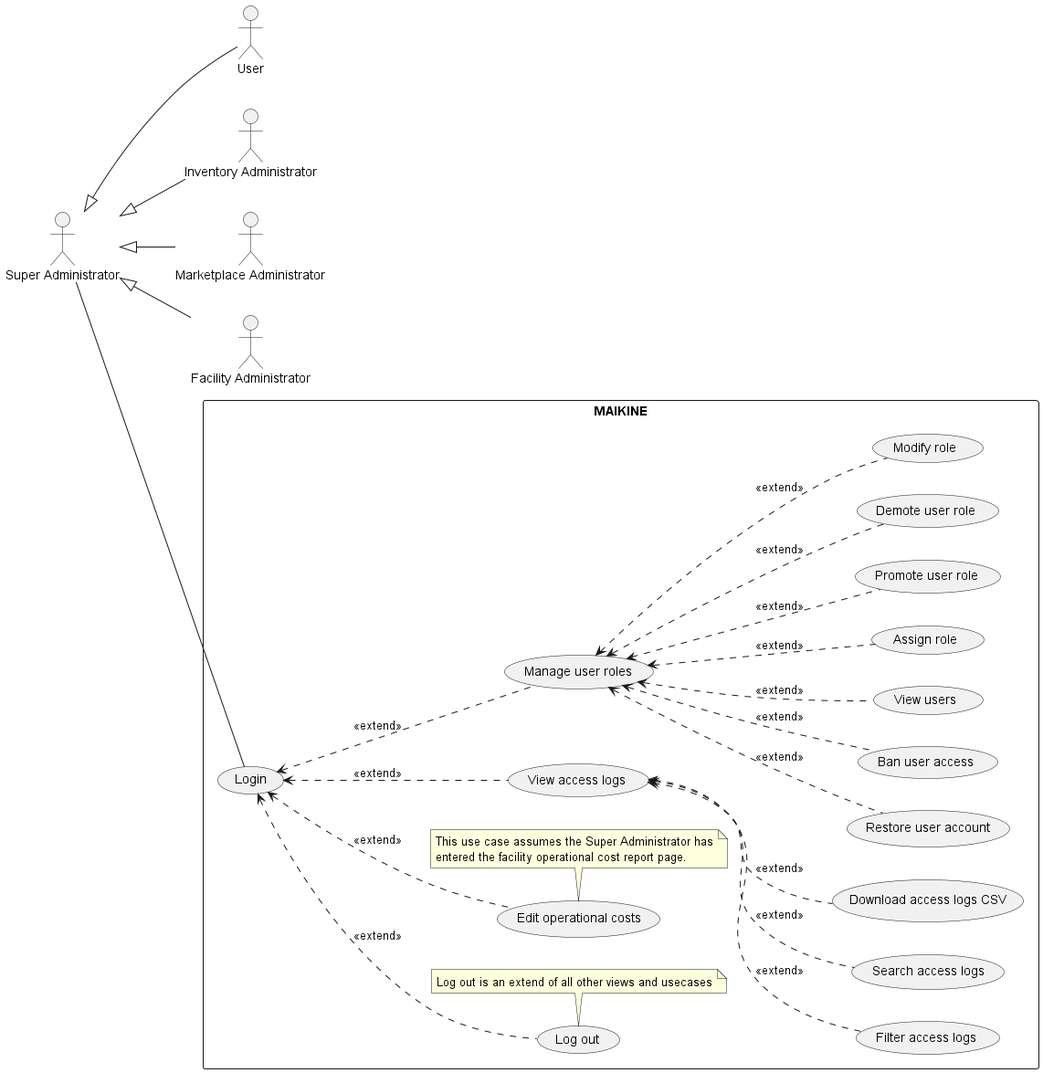
Above: out/usecaseDiagrams/Super_Administrator_Diagram/Super_Administrator_Diagram.png in JanPerez35/PlantUML (PlantUML), before the change. Its diagram source:
```plantuml
@startuml
left to right direction
skinparam packageStyle rectangle

actor User
actor "Inventory Administrator" as InventoryAdmin
actor "Marketplace Administrator" as MarketplaceAdmin
actor "Facility Administrator" as FacilityAdmin
actor "Super Administrator" as SiteAdmin

SiteAdmin <|-- User
SiteAdmin <|-- InventoryAdmin
SiteAdmin <|-- MarketplaceAdmin
SiteAdmin <|-- FacilityAdmin

rectangle MAIKINE {


    usecase "Login" as UC_Login
    usecase "Log out" as UC_Logout
    usecase "Restore user account" as UC_RestoreUser
    usecase "Ban user access" as UC_BanUser
    usecase "View access logs" as UC_ViewLogs
    usecase "Manage user roles" as UC_ManageRoles
    usecase "Edit operational costs" as UC_EditCost


    usecase "Filter access logs" as UC_FilterLogs
    usecase "Search access logs" as UC_SearchLogs
    usecase "Download access logs CSV" as UC_DownloadLogs


    usecase "View users" as UC_ViewUsers
    usecase "Assign role" as UC_AssignRole
    usecase "Promote user role" as UC_PromoteRole
    usecase "Demote user role" as UC_DemoteRole
    usecase "Modify role" as UC_RemoveRole

    note bottom of (UC_Logout)
  Log out is an extend of all other views and usecases
  end note

   note bottom of (UC_EditCost)
   This use case assumes the Super Administrator has
   entered the facility operational cost report page.
   end note

}

SiteAdmin -- UC_Login
UC_Login <.. UC_Logout :<<extend>>
UC_Login <.. UC_ViewLogs : <<extend>>
UC_Login <.. UC_ManageRoles : <<extend>>
UC_Login <.. UC_EditCost : <<extend>>



UC_ViewLogs <.. UC_SearchLogs : <<extend>>
UC_ViewLogs <.. UC_DownloadLogs : <<extend>>
UC_ViewLogs <.. UC_FilterLogs : <<extend>>


UC_ManageRoles <.. UC_ViewUsers : <<extend>>
UC_ManageRoles <.. UC_AssignRole : <<extend>>
UC_ManageRoles <.. UC_PromoteRole : <<extend>>
UC_ManageRoles <.. UC_DemoteRole : <<extend>>
UC_ManageRoles <.. UC_RemoveRole : <<extend>>
UC_ManageRoles <.. UC_BanUser : <<extend>>
UC_ManageRoles <.. UC_RestoreUser : <<extend>>



@enduml
```
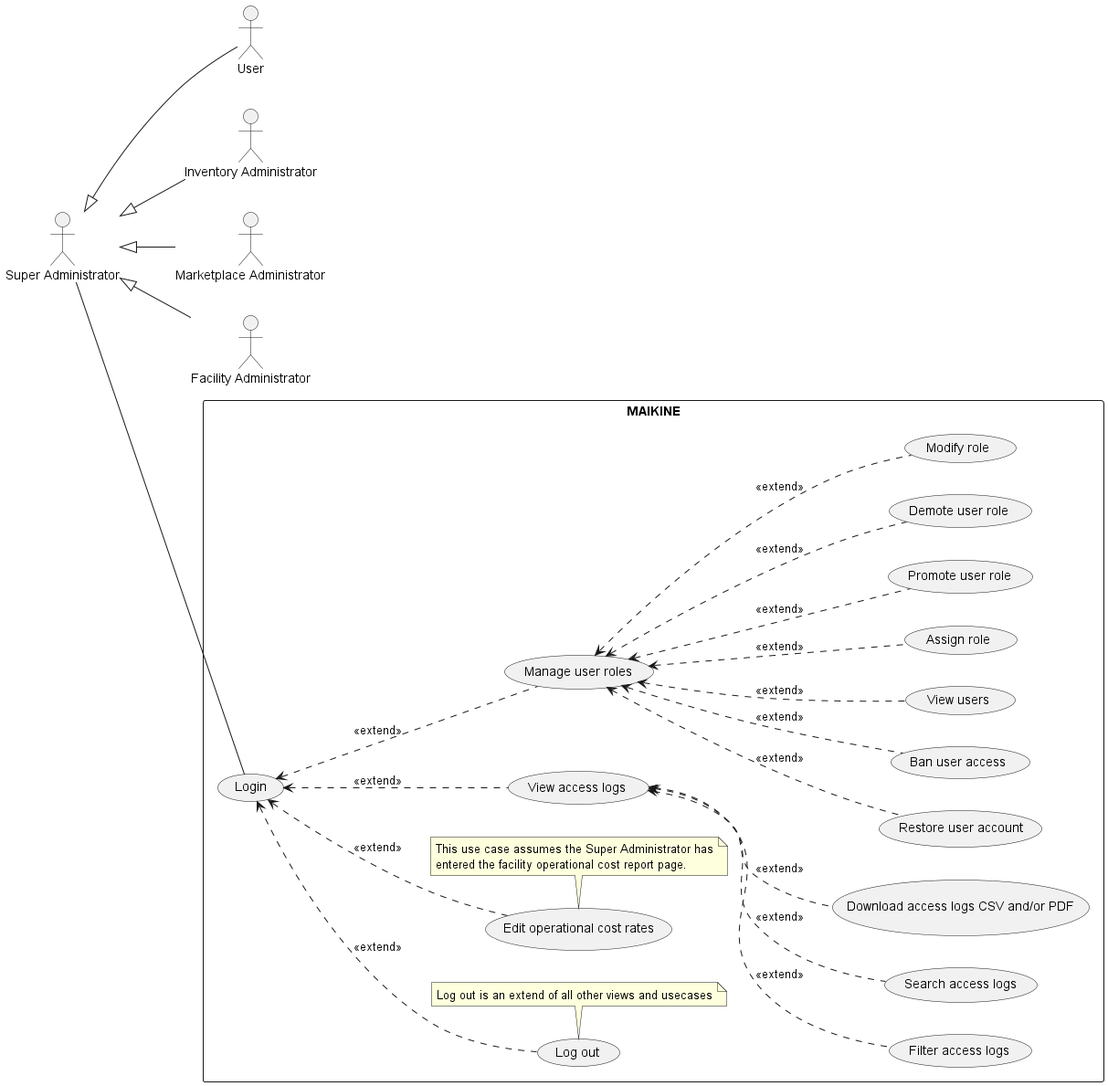
The same file after the commit.

Change to the diagram source:
```diff
@@ -22,12 +22,12 @@
     usecase "Ban user access" as UC_BanUser
     usecase "View access logs" as UC_ViewLogs
     usecase "Manage user roles" as UC_ManageRoles
-    usecase "Edit operational costs" as UC_EditCost
+    usecase "Edit operational cost rates" as UC_EditCost
 
 
     usecase "Filter access logs" as UC_FilterLogs
     usecase "Search access logs" as UC_SearchLogs
-    usecase "Download access logs CSV" as UC_DownloadLogs
+    usecase "Download access logs CSV and/or PDF" as UC_DownloadLogs
 
 
     usecase "View users" as UC_ViewUsers
```
